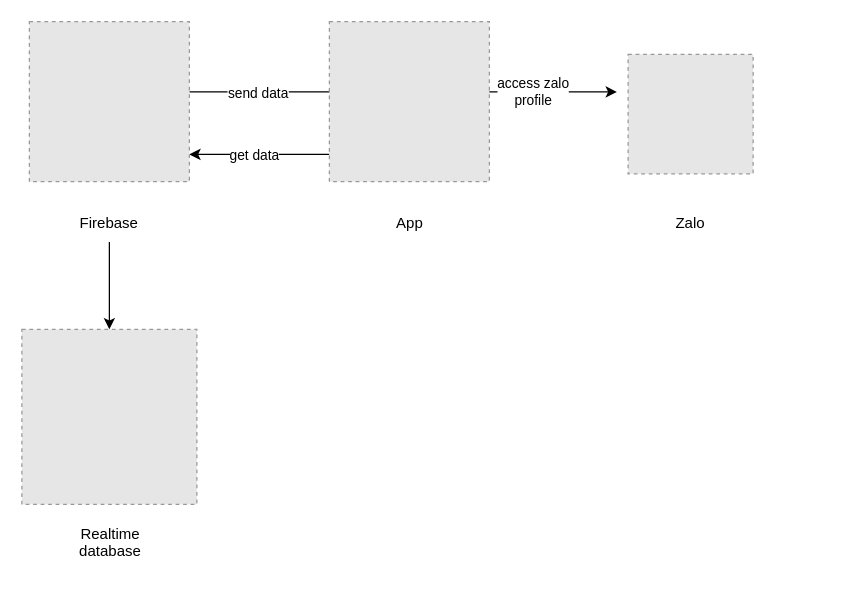
The draw.io diagram diagram/General architecture.drawio in duongminhthanh/app_system_management_visitor_for_old_aparment, before the edit. Source tidied: cells renumbered, new cells numbered last; positions are measured from the earlier drawing's top-left corner, leaving out a move shared by most shapes. Both pictures are drawn from the tidied source at 125%, with x=0, y=0 at pixel (21, 21). Pictures stored in the file or linked from it are replaced by grey dashed boxes.
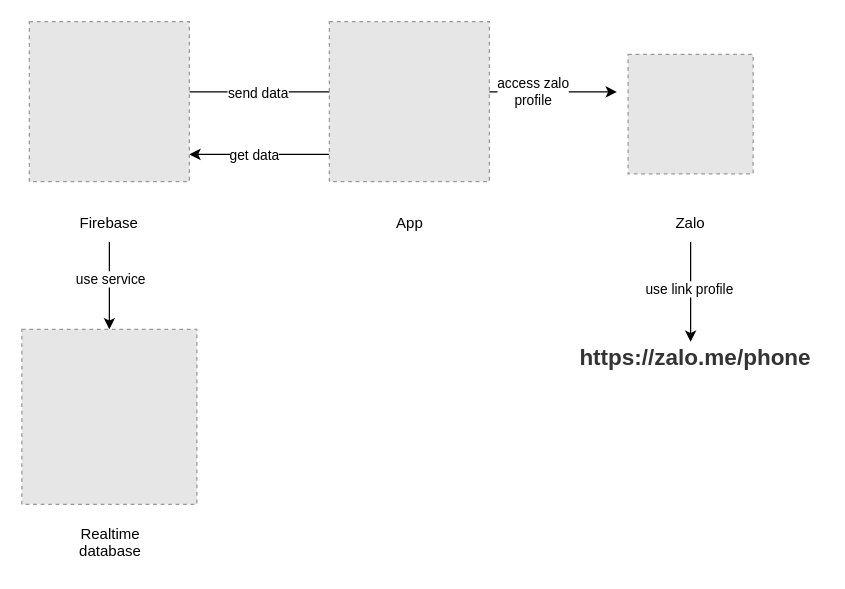
The same diagram, later.

Unchanged cells that the change refers to:
```xml
<mxCell id="9" style="edgeStyle=orthogonalEdgeStyle;rounded=0;jettySize=auto;html=1;" parent="1" edge="1" source="10" target="15">
  <mxGeometry relative="1" as="geometry" />
</mxCell>
<mxCell id="11" value="Zalo" style="text;html=1;strokeColor=none;fillColor=none;align=center;verticalAlign=middle;whiteSpace=wrap;rounded=0;" parent="1" vertex="1">
  <mxGeometry x="505" y="146" width="60" height="30" as="geometry" />
</mxCell>
```

The edit, as a diff of the source:
```diff
@@
+    <mxCell id="17" value="use service" style="edgeLabel;html=1;align=center;verticalAlign=middle;" parent="9" vertex="1">
+      <mxGeometry x="-0.18" relative="1" as="geometry" />
+    </mxCell>
@@
+    <mxCell id="18" style="edgeStyle=orthogonalEdgeStyle;rounded=0;jettySize=auto;html=1;" parent="1" edge="1" source="11">
+      <mxGeometry relative="1" as="geometry">
+        <mxPoint x="535" y="256" as="targetPoint" />
+      </mxGeometry>
+    </mxCell>
+    <mxCell id="19" value="use link profile" style="edgeLabel;html=1;align=center;verticalAlign=middle;" parent="18" vertex="1">
+      <mxGeometry x="-0.07" y="-2" relative="1" as="geometry" />
+    </mxCell>
@@
+    <mxCell id="20" value="&lt;strong style=&quot;margin: 0px; padding: 0px; word-break: break-word; color: rgb(51, 51, 51); font-family: Arial, Helvetica, sans-serif; font-size: 18px; text-align: start; background-color: rgb(255, 255, 255);&quot;&gt;&amp;nbsp;https://zalo.me/phone&lt;/strong&gt;" style="text;html=1;align=center;verticalAlign=middle;strokeColor=none;fillColor=none;" parent="1" vertex="1">
+      <mxGeometry x="431" y="249" width="210" height="40" as="geometry" />
+    </mxCell>
```
